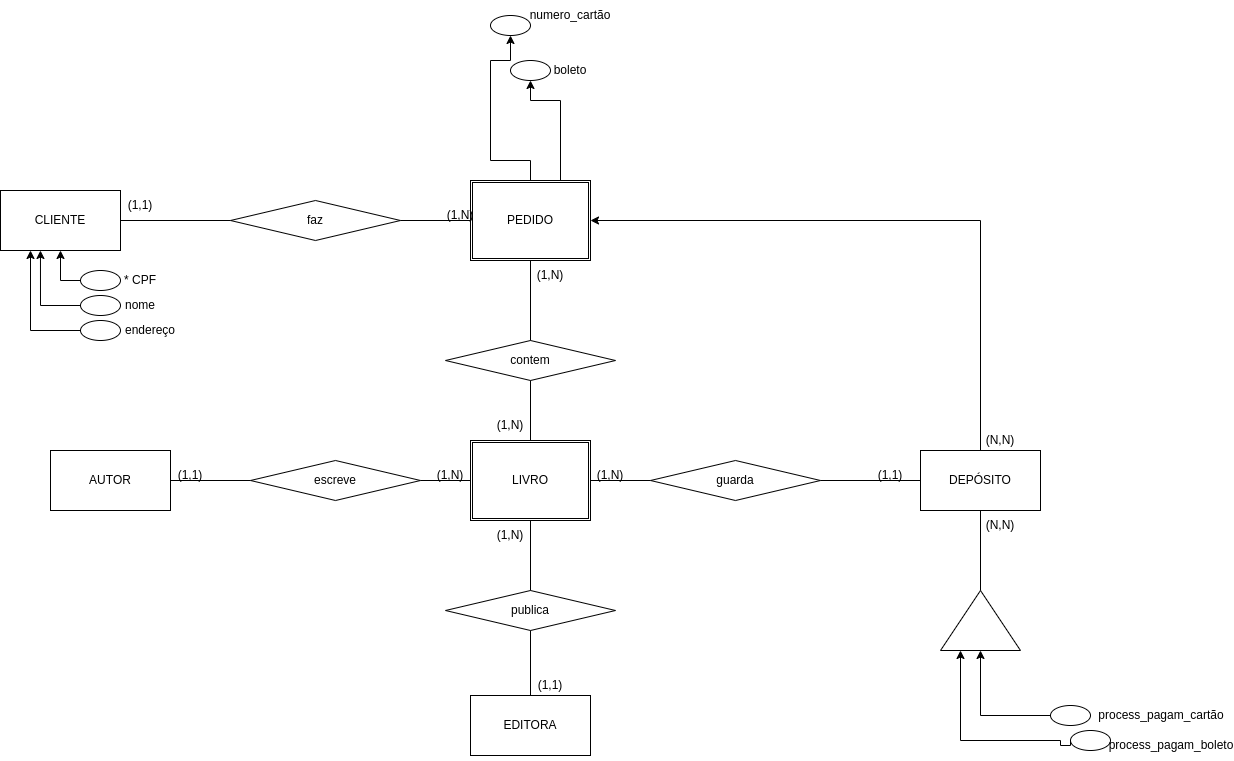
The draw.io diagram Banco_de_Dados/Q1TRAB.drawio.png in EdinilsonSousa/cods_aleatorios, before a commit. Source tidied: cells renumbered, new cells last; positions are measured from the earlier drawing's top-left corner, leaving out a move shared by most shapes.
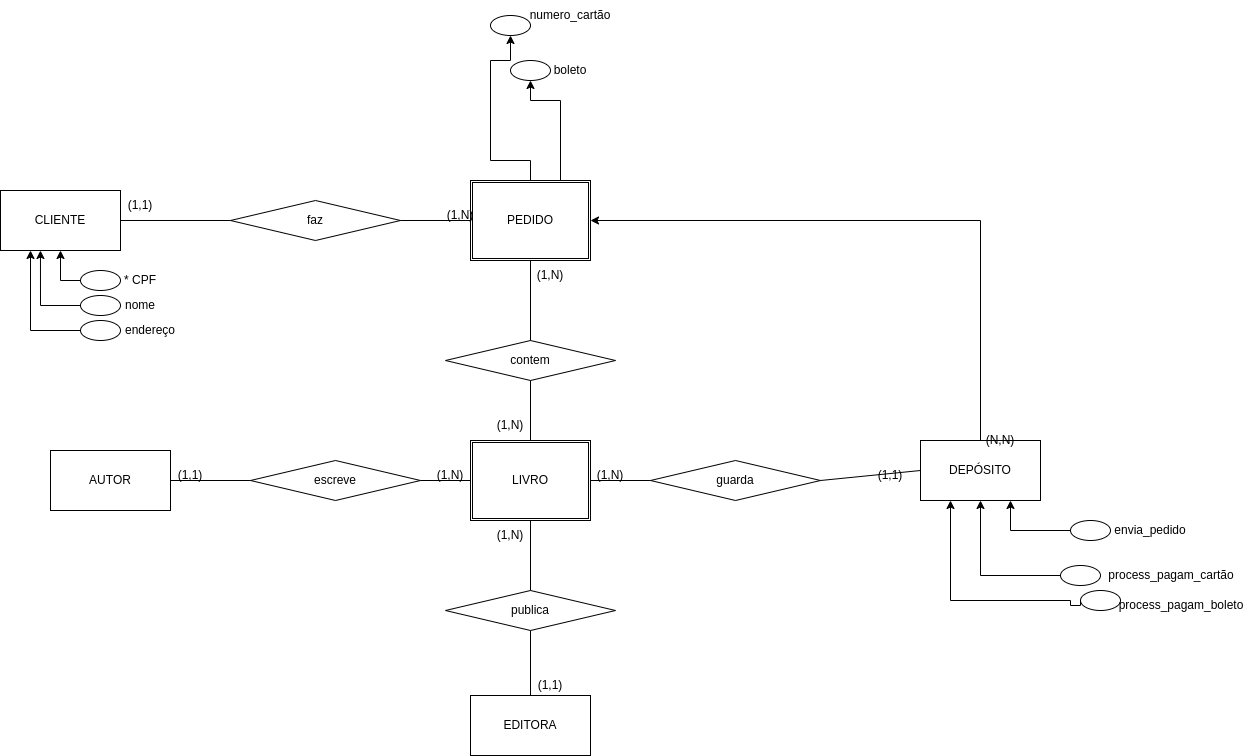
Above is the later version.

The edit, as a diff of the source:
```diff
@@ -78,7 +78,7 @@
       <mxGeometry relative="1" as="geometry" />
     </mxCell>
     <mxCell id="27" value="DEPÓSITO" style="rounded=0;whiteSpace=wrap;html=1;" parent="1" vertex="1">
-      <mxGeometry x="920" y="450" width="120" height="60" as="geometry" />
+      <mxGeometry x="920" y="440" width="120" height="60" as="geometry" />
     </mxCell>
     <mxCell id="28" value="publica" style="rhombus;whiteSpace=wrap;html=1;" parent="1" vertex="1">
       <mxGeometry x="445" y="590" width="170" height="40" as="geometry" />
@@ -121,50 +121,42 @@
       <mxGeometry x="110" y="290" width="60" height="30" as="geometry" />
     </mxCell>
     <mxCell id="40" style="ellipse;whiteSpace=wrap;html=1;" parent="1" vertex="1">
-      <mxGeometry x="1050" y="705" width="40" height="20" as="geometry" />
+      <mxGeometry x="1060" y="565" width="40" height="20" as="geometry" />
     </mxCell>
-    <mxCell id="41" style="edgeStyle=orthogonalEdgeStyle;rounded=0;jettySize=auto;html=1;exitX=0;exitY=0.5;exitDx=0;exitDy=0;entryX=0;entryY=0.5;entryDx=0;entryDy=0;" parent="1" edge="1" source="40" target="43">
+    <mxCell id="41" style="edgeStyle=orthogonalEdgeStyle;rounded=0;jettySize=auto;html=1;exitX=0;exitY=0.5;exitDx=0;exitDy=0;entryX=0.5;entryY=1;entryDx=0;entryDy=0;" parent="1" edge="1" source="40" target="27">
       <mxGeometry relative="1" as="geometry">
         <Array as="points">
-          <mxPoint x="980" y="715" />
+          <mxPoint x="980" y="575" />
         </Array>
       </mxGeometry>
     </mxCell>
     <mxCell id="42" value="process_pagam_cartão" style="text;html=1;strokeColor=none;fillColor=none;align=center;verticalAlign=middle;whiteSpace=wrap;rounded=0;" parent="1" vertex="1">
-      <mxGeometry x="1131" y="700" width="60" height="30" as="geometry" />
+      <mxGeometry x="1141" y="560" width="60" height="30" as="geometry" />
     </mxCell>
-    <mxCell id="43" style="triangle;whiteSpace=wrap;html=1;direction=north;" parent="1" vertex="1">
-      <mxGeometry x="940" y="590" width="80" height="60" as="geometry" />
-    </mxCell>
-    <mxCell id="44" style="endArrow=none;html=1;rounded=0;entryX=1;entryY=0.5;entryDx=0;entryDy=0;exitX=0.5;exitY=1;exitDx=0;exitDy=0;" parent="1" edge="1" source="27" target="43">
-      <mxGeometry relative="1" as="geometry" />
-    </mxCell>
     <mxCell id="45" style="ellipse;whiteSpace=wrap;html=1;" parent="1" vertex="1">
       <mxGeometry x="510" y="60" width="40" height="20" as="geometry" />
     </mxCell>
     <mxCell id="46" value="boleto" style="text;html=1;strokeColor=none;fillColor=none;align=center;verticalAlign=middle;whiteSpace=wrap;rounded=0;" parent="1" vertex="1">
       <mxGeometry x="540" y="55" width="60" height="30" as="geometry" />
     </mxCell>
-    <mxCell id="47" value="(N,N)" style="text;html=1;strokeColor=none;fillColor=none;align=center;verticalAlign=middle;whiteSpace=wrap;rounded=0;" parent="1" vertex="1">
-      <mxGeometry x="970" y="510" width="60" height="30" as="geometry" />
-    </mxCell>
     <mxCell id="48" value="(N,N)" style="text;html=1;strokeColor=none;fillColor=none;align=center;verticalAlign=middle;whiteSpace=wrap;rounded=0;" parent="1" vertex="1">
       <mxGeometry x="970" y="425" width="60" height="30" as="geometry" />
     </mxCell>
     <mxCell id="49" style="ellipse;whiteSpace=wrap;html=1;" parent="1" vertex="1">
-      <mxGeometry x="1070" y="730" width="40" height="20" as="geometry" />
+      <mxGeometry x="1080" y="590" width="40" height="20" as="geometry" />
     </mxCell>
-    <mxCell id="50" style="edgeStyle=orthogonalEdgeStyle;rounded=0;jettySize=auto;html=1;entryX=0;entryY=0.25;entryDx=0;entryDy=0;exitX=0;exitY=0.5;exitDx=0;exitDy=0;" parent="1" edge="1" source="49" target="43">
+    <mxCell id="50" style="edgeStyle=orthogonalEdgeStyle;rounded=0;jettySize=auto;html=1;entryX=0.25;entryY=1;entryDx=0;entryDy=0;exitX=0;exitY=0.5;exitDx=0;exitDy=0;" parent="1" edge="1" source="49" target="27">
       <mxGeometry relative="1" as="geometry">
         <Array as="points">
-          <mxPoint x="1060" y="745" />
-          <mxPoint x="1060" y="740" />
-          <mxPoint x="960" y="740" />
+          <mxPoint x="1080" y="605" />
+          <mxPoint x="1070" y="605" />
+          <mxPoint x="1070" y="600" />
+          <mxPoint x="950" y="600" />
         </Array>
       </mxGeometry>
     </mxCell>
     <mxCell id="51" value="process_pagam_boleto" style="text;html=1;strokeColor=none;fillColor=none;align=center;verticalAlign=middle;whiteSpace=wrap;rounded=0;" parent="1" vertex="1">
-      <mxGeometry x="1141" y="730" width="60" height="30" as="geometry" />
+      <mxGeometry x="1151" y="590" width="60" height="30" as="geometry" />
     </mxCell>
     <mxCell id="52" style="edgeStyle=orthogonalEdgeStyle;rounded=0;jettySize=auto;html=1;exitX=0;exitY=0.5;exitDx=0;exitDy=0;entryX=0.25;entryY=1;entryDx=0;entryDy=0;" parent="1" edge="1" source="53" target="2">
       <mxGeometry relative="1" as="geometry">
@@ -203,5 +195,18 @@
     <mxCell id="58" value="numero_cartão" style="text;html=1;strokeColor=none;fillColor=none;align=center;verticalAlign=middle;whiteSpace=wrap;rounded=0;" parent="1" vertex="1">
       <mxGeometry x="540" width="60" height="30" as="geometry" />
     </mxCell>
+    <mxCell id="59" style="ellipse;whiteSpace=wrap;html=1;" parent="1" vertex="1">
+      <mxGeometry x="1070" y="520" width="40" height="20" as="geometry" />
+    </mxCell>
+    <mxCell id="60" style="edgeStyle=orthogonalEdgeStyle;rounded=0;jettySize=auto;html=1;entryX=0.75;entryY=1;entryDx=0;entryDy=0;exitX=0;exitY=0.5;exitDx=0;exitDy=0;" parent="1" edge="1" source="59" target="27">
+      <mxGeometry relative="1" as="geometry">
+        <Array as="points">
+          <mxPoint x="1010" y="530" />
+        </Array>
+      </mxGeometry>
+    </mxCell>
+    <mxCell id="61" value="envia_pedido" style="text;html=1;strokeColor=none;fillColor=none;align=center;verticalAlign=middle;whiteSpace=wrap;rounded=0;" parent="1" vertex="1">
+      <mxGeometry x="1120" y="515" width="60" height="30" as="geometry" />
+    </mxCell>
   </root>
 </mxGraphModel>
```
